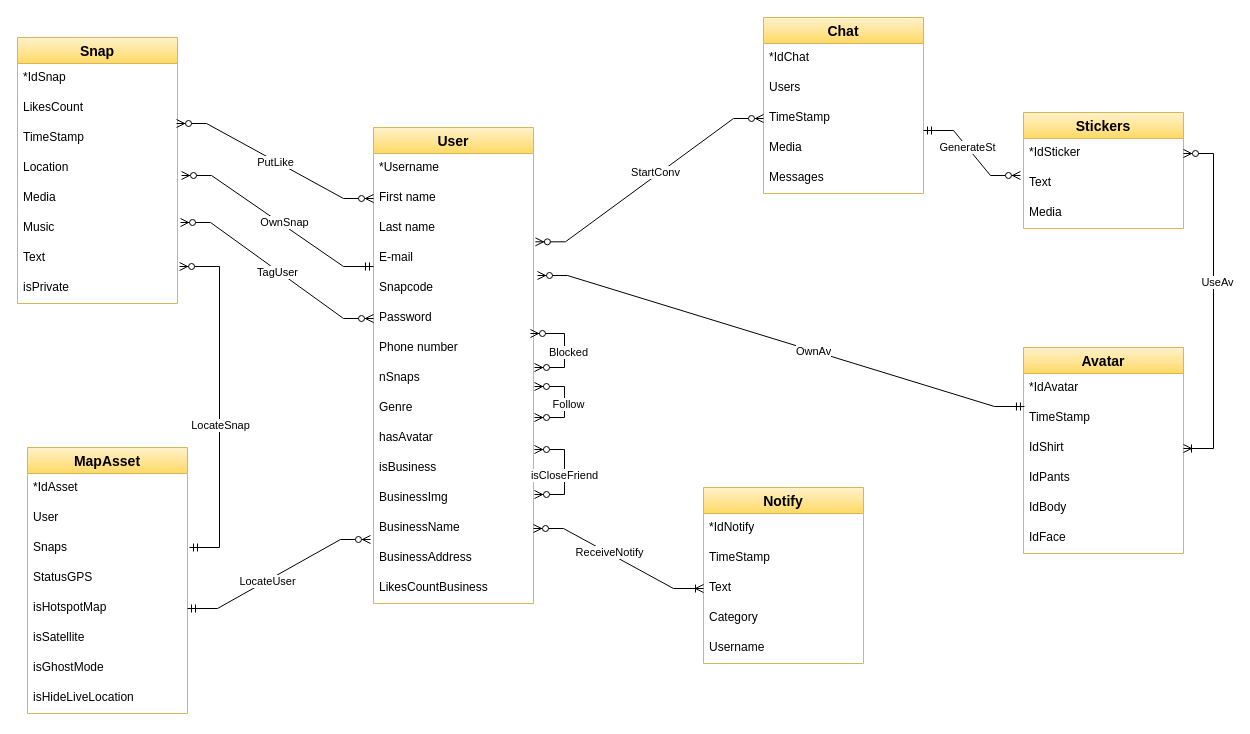
The draw.io diagram nuovo-schema-ER.drawio in Antonet99/noSQL-Snapchat, before the edit. Source tidied: cells renumbered, new cells numbered last; positions are measured from the earlier drawing's top-left corner, leaving out a move shared by most shapes. Both pictures are drawn from the tidied source at 100%, with x=0, y=0 at pixel (17, 17).
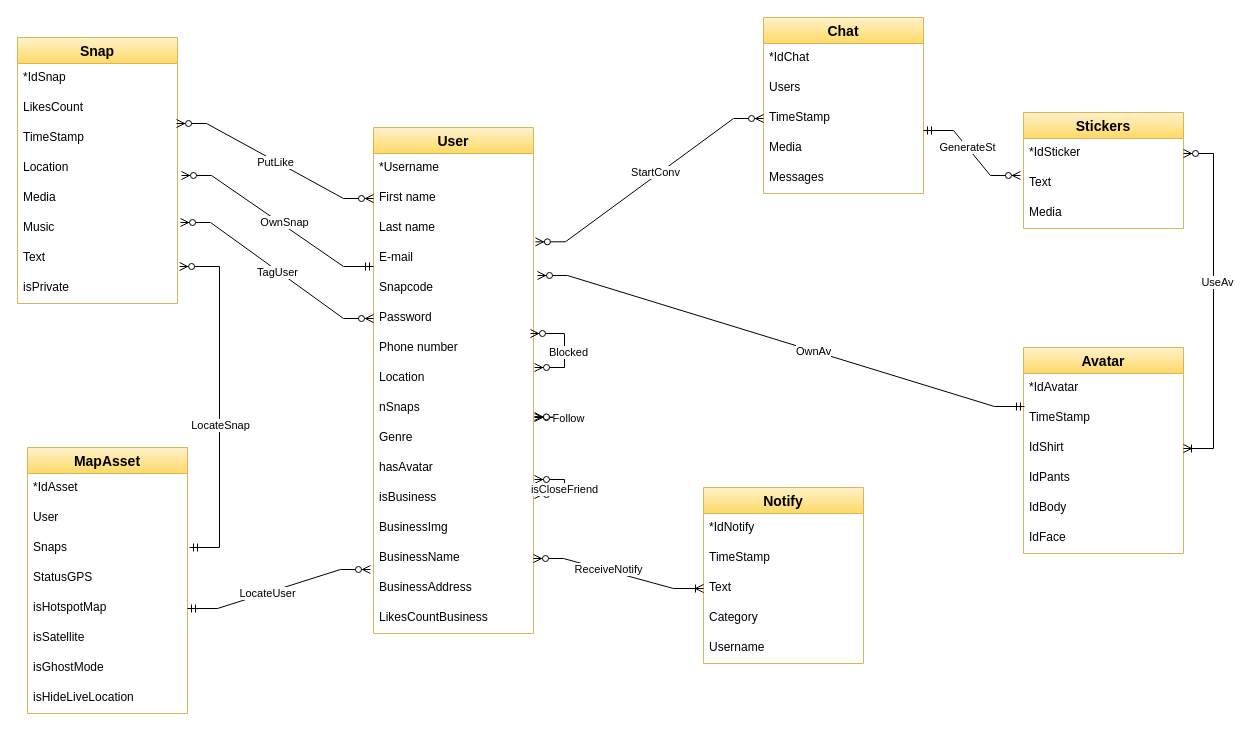
After the change.

What changed in the source:
```diff
@@
     <mxCell id="2" value="User" style="swimlane;fontStyle=1;horizontal=1;startSize=26;align=center;fontSize=14;fillColor=#fff2cc;strokeColor=#d6b656;gradientColor=#ffd966;" parent="1" vertex="1">
-      <mxGeometry x="356" y="110" width="160" height="476" as="geometry" />
+      <mxGeometry x="356" y="110" width="160" height="506" as="geometry" />
     </mxCell>
@@
+    <mxCell id="85" value="Location" style="text;strokeColor=none;fillColor=none;spacingLeft=4;spacingRight=4;overflow=hidden;fontSize=12;whiteSpace=wrap;html=1;" parent="2" vertex="1">
+      <mxGeometry y="236" width="160" height="30" as="geometry" />
+    </mxCell>
     <mxCell id="10" value="nSnaps" style="text;strokeColor=none;fillColor=none;spacingLeft=4;spacingRight=4;overflow=hidden;points=[[0,0.5],[1,0.5]];portConstraint=eastwest;fontSize=12;whiteSpace=wrap;html=1;" parent="2" vertex="1">
-      <mxGeometry y="236" width="160" height="30" as="geometry" />
+      <mxGeometry y="266" width="160" height="30" as="geometry" />
     </mxCell>
     <mxCell id="11" value="Genre" style="text;strokeColor=none;fillColor=none;spacingLeft=4;spacingRight=4;overflow=hidden;fontSize=12;whiteSpace=wrap;html=1;" parent="2" vertex="1">
-      <mxGeometry y="266" width="160" height="30" as="geometry" />
+      <mxGeometry y="296" width="160" height="30" as="geometry" />
     </mxCell>
     <mxCell id="12" value="hasAvatar" style="text;strokeColor=none;fillColor=none;spacingLeft=4;spacingRight=4;overflow=hidden;points=[[0,0.5],[1,0.5]];portConstraint=eastwest;fontSize=12;whiteSpace=wrap;html=1;" parent="2" vertex="1">
-      <mxGeometry y="296" width="160" height="30" as="geometry" />
+      <mxGeometry y="326" width="160" height="30" as="geometry" />
     </mxCell>
     <mxCell id="13" value="isBusiness" style="text;strokeColor=none;fillColor=none;spacingLeft=4;spacingRight=4;overflow=hidden;fontSize=12;whiteSpace=wrap;html=1;" parent="2" vertex="1">
-      <mxGeometry y="326" width="160" height="30" as="geometry" />
+      <mxGeometry y="356" width="160" height="30" as="geometry" />
     </mxCell>
     <mxCell id="14" value="BusinessImg" style="text;strokeColor=none;fillColor=none;spacingLeft=4;spacingRight=4;overflow=hidden;fontSize=12;whiteSpace=wrap;html=1;" parent="2" vertex="1">
-      <mxGeometry y="356" width="160" height="30" as="geometry" />
+      <mxGeometry y="386" width="160" height="30" as="geometry" />
     </mxCell>
     <mxCell id="15" value="BusinessName" style="text;strokeColor=none;fillColor=none;spacingLeft=4;spacingRight=4;overflow=hidden;points=[[0,0.5],[1,0.5]];portConstraint=eastwest;fontSize=12;whiteSpace=wrap;html=1;" parent="2" vertex="1">
-      <mxGeometry y="386" width="160" height="30" as="geometry" />
+      <mxGeometry y="416" width="160" height="30" as="geometry" />
     </mxCell>
     <mxCell id="16" value="BusinessAddress" style="text;strokeColor=none;fillColor=none;spacingLeft=4;spacingRight=4;overflow=hidden;fontSize=12;whiteSpace=wrap;html=1;" parent="2" vertex="1">
-      <mxGeometry y="416" width="160" height="30" as="geometry" />
+      <mxGeometry y="446" width="160" height="30" as="geometry" />
     </mxCell>
     <mxCell id="17" value="LikesCountBusiness" style="text;strokeColor=none;fillColor=none;spacingLeft=4;spacingRight=4;overflow=hidden;fontSize=12;whiteSpace=wrap;html=1;" parent="2" vertex="1">
-      <mxGeometry y="446" width="160" height="30" as="geometry" />
+      <mxGeometry y="476" width="160" height="30" as="geometry" />
     </mxCell>
```
